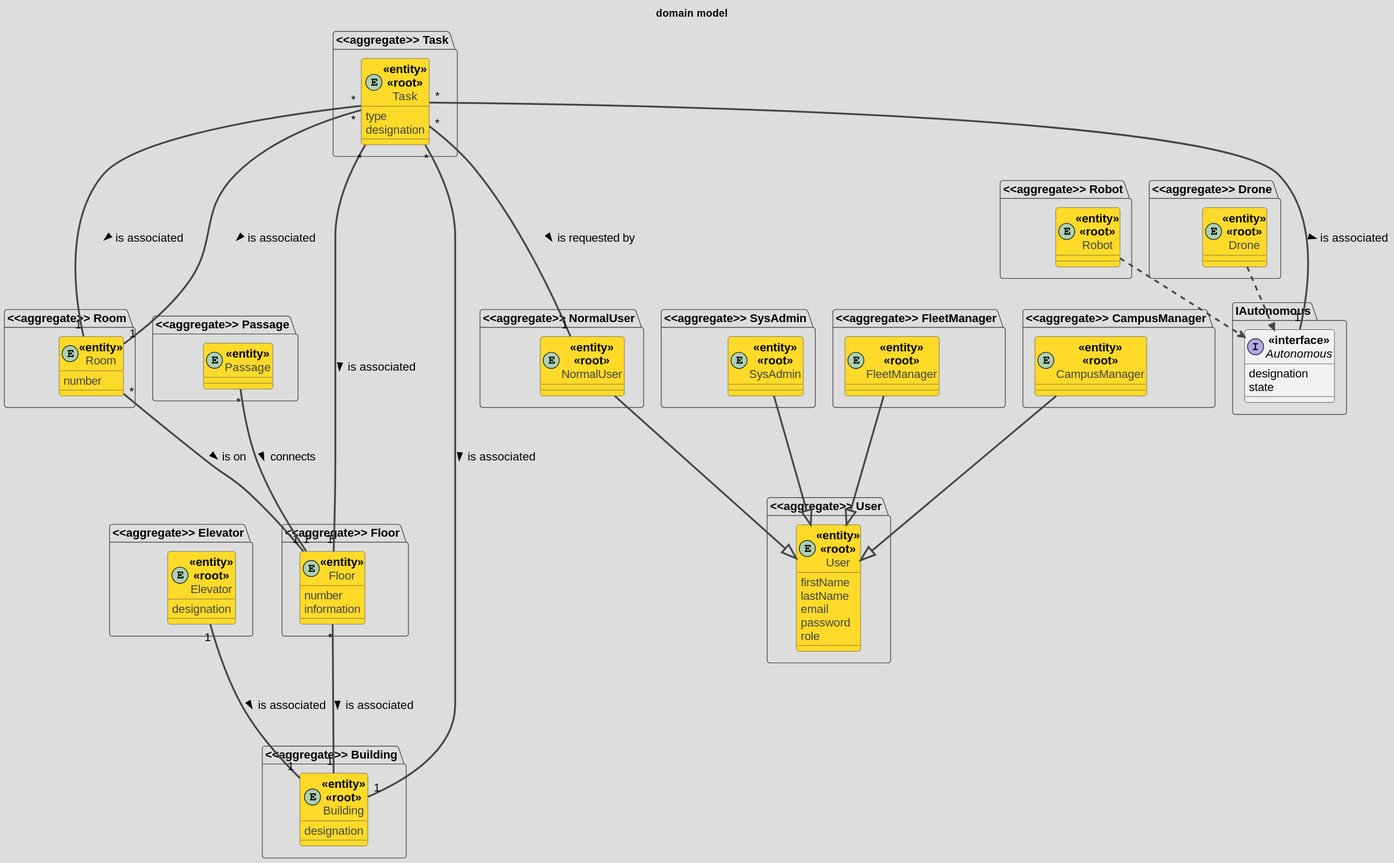
Before: docs/domain model.svg, a diagram exported from PlantUML (ruben1132/PI5_23-24).
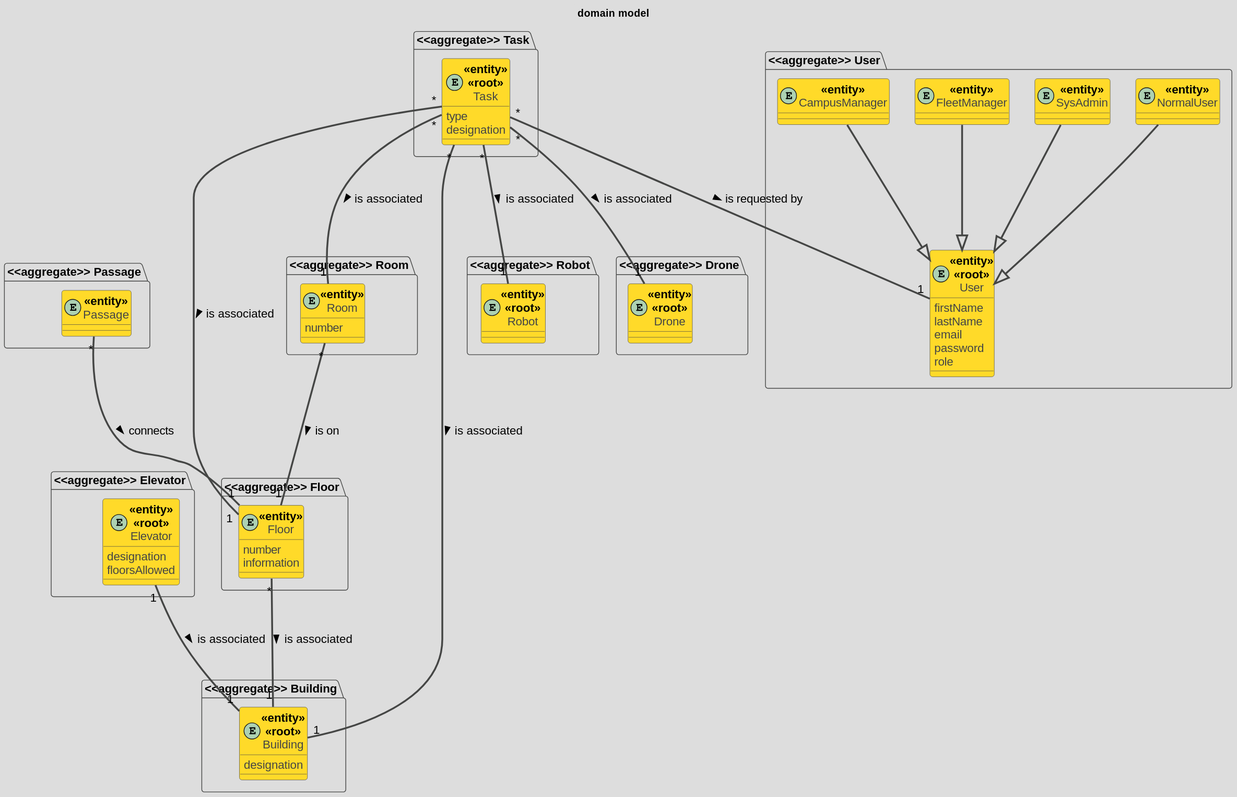
After the commit.

Commit message:
#24 [Analysis] - dei update no DM

What changed in the source:
```diff
@@ -19,6 +19,7 @@
 
     entity Elevator <<entity>><<root>>{
         designation
+        floorsAllowed
     }
 
 }
@@ -53,45 +54,17 @@
         role
     }
 
-}
-
-package "<<aggregate>> NormalUser"{
-
-    entity NormalUser <<entity>><<root>>{
+    entity NormalUser <<entity>>{
 
     }
-
-}
-
-package "<<aggregate>> SysAdmin"{
-
-    entity SysAdmin <<entity>><<root>>{
+    entity SysAdmin <<entity>>{
 
     }
-
-}
-
-package "<<aggregate>> FleetManager"{
-
-    entity FleetManager <<entity>><<root>>{
+    entity FleetManager <<entity>>{
 
     }
+    entity CampusManager <<entity>>{
 
-}
-
-package "<<aggregate>> CampusManager"{
-
-    entity CampusManager <<entity>><<root>>{
-
-    }
-
-}
-
-package "IAutonomous"{
-
-    interface Autonomous <<interface>>{
-        designation
-        state
     }
 
 }
@@ -127,19 +100,17 @@
 Room "*" --- "1" Floor: is on >
 Passage "*" --- "1" Floor: connects >
 
-Task "*" --- "1" Autonomous: is associated >
+Task "*" --- "1" Robot: is associated >
+Task "*" --- "1" Drone: is associated >
 Task "*" --- "1" Building: is associated >
 Task "*" --- "1" Floor: is associated >
 Task "*" --- "1" Room: is associated >
-Task "*" --- "1" Room: is associated >
-Task "*" --- "1" NormalUser: is requested by >
+Task "*" --- "1" User: is requested by >
 
 NormalUser ---|> User
 SysAdmin ---|> User
 FleetManager ---|> User
 CampusManager ---|> User
 
-Robot -[dashed]-> Autonomous
-Drone -[dashed]-> Autonomous
 
 @enduml
```
